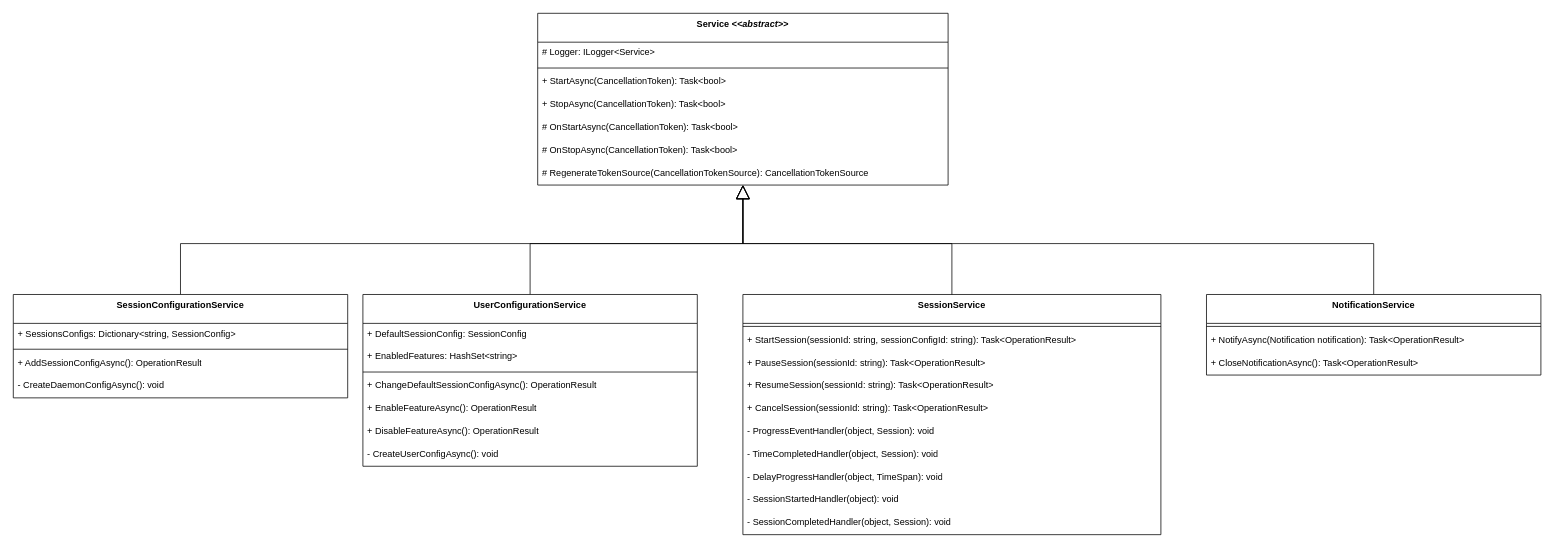
This is page "Services" (1 of 2) of docs/uml/UML.drawio from PabloStarOk/tiempito, a draw.io file, before an edit. Source tidied: cells renumbered, new cells numbered last; positions are measured from the earlier drawing's top-left corner, leaving out a move shared by most shapes. Both pictures are drawn from the tidied source at 76%, with x=0, y=0 at pixel (13, 13).
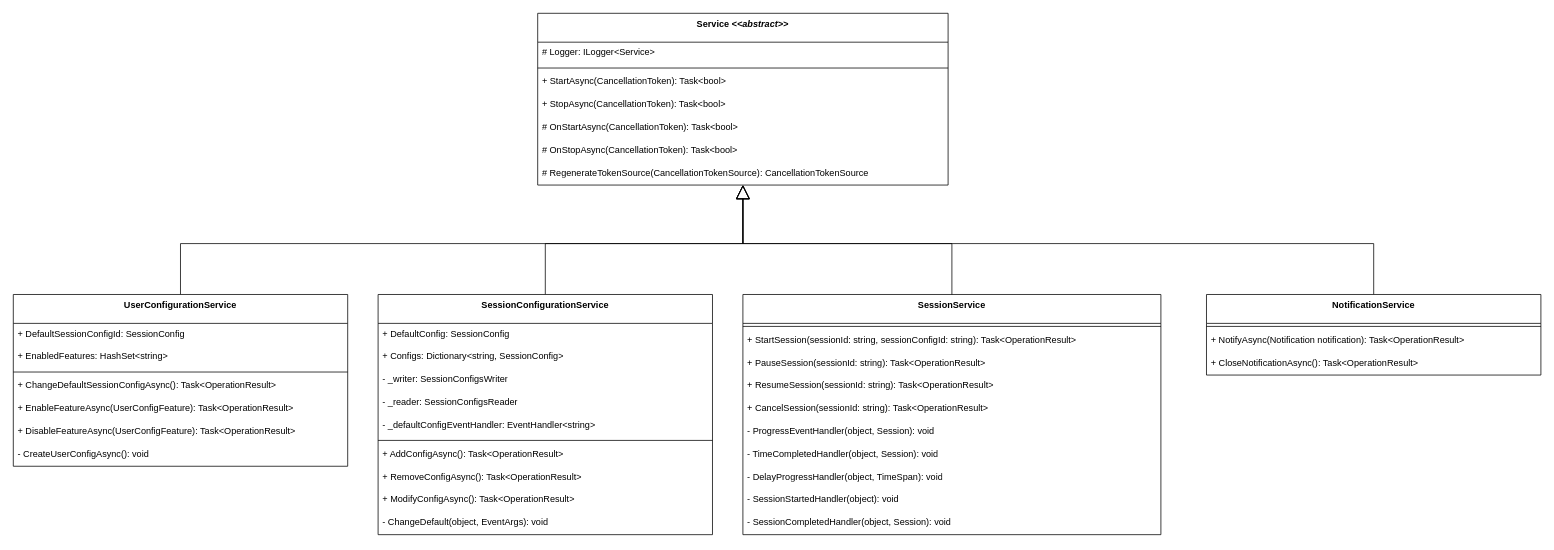
The same page after the edit.

The edit, as a diff of the source:
```diff
@@
     <mxCell id="28" value="UserConfigurationService" style="swimlane;fontStyle=1;align=center;verticalAlign=top;horizontal=1;startSize=38;whiteSpace=wrap;html=1;" parent="1" vertex="1">
-      <mxGeometry x="460" y="370" width="440" height="226" as="geometry" />
+      <mxGeometry y="370" width="440" height="226" as="geometry" />
     </mxCell>
-    <mxCell id="29" value="+ DefaultSessionConfig: SessionConfig" style="text;strokeColor=none;fillColor=none;align=left;verticalAlign=top;spacingLeft=4;spacingRight=4;overflow=hidden;whiteSpace=wrap;html=1;" parent="28" vertex="1">
+    <mxCell id="29" value="+ DefaultSessionConfigId: SessionConfig" style="text;strokeColor=none;fillColor=none;align=left;verticalAlign=top;spacingLeft=4;spacingRight=4;overflow=hidden;whiteSpace=wrap;html=1;" parent="28" vertex="1">
       <mxGeometry y="38" width="440" height="30" as="geometry" />
     </mxCell>
@@
-    <mxCell id="32" value="+ ChangeDefaultSessionConfigAsync(): OperationResult" style="text;strokeColor=none;fillColor=none;align=left;verticalAlign=top;spacingLeft=4;spacingRight=4;overflow=hidden;whiteSpace=wrap;html=1;" parent="28" vertex="1">
+    <mxCell id="32" value="+ ChangeDefaultSessionConfigAsync(): Task&amp;lt;OperationResult&amp;gt;" style="text;strokeColor=none;fillColor=none;align=left;verticalAlign=top;spacingLeft=4;spacingRight=4;overflow=hidden;whiteSpace=wrap;html=1;" parent="28" vertex="1">
       <mxGeometry y="106" width="440" height="30" as="geometry" />
     </mxCell>
-    <mxCell id="33" value="+ EnableFeatureAsync(): OperationResult" style="text;strokeColor=none;fillColor=none;align=left;verticalAlign=top;spacingLeft=4;spacingRight=4;overflow=hidden;whiteSpace=wrap;html=1;" parent="28" vertex="1">
+    <mxCell id="33" value="+ EnableFeatureAsync(UserConfigFeature): Task&amp;lt;OperationResult&amp;gt;" style="text;strokeColor=none;fillColor=none;align=left;verticalAlign=top;spacingLeft=4;spacingRight=4;overflow=hidden;whiteSpace=wrap;html=1;" parent="28" vertex="1">
       <mxGeometry y="136" width="440" height="30" as="geometry" />
     </mxCell>
-    <mxCell id="34" value="+ DisableFeatureAsync(): OperationResult" style="text;strokeColor=none;fillColor=none;align=left;verticalAlign=top;spacingLeft=4;spacingRight=4;overflow=hidden;whiteSpace=wrap;html=1;" parent="28" vertex="1">
+    <mxCell id="34" value="+ DisableFeatureAsync(UserConfigFeature): Task&amp;lt;OperationResult&amp;gt;" style="text;strokeColor=none;fillColor=none;align=left;verticalAlign=top;spacingLeft=4;spacingRight=4;overflow=hidden;whiteSpace=wrap;html=1;" parent="28" vertex="1">
       <mxGeometry y="166" width="440" height="30" as="geometry" />
     </mxCell>
@@
     <mxCell id="37" value="SessionConfigurationService" style="swimlane;fontStyle=1;align=center;verticalAlign=top;horizontal=1;startSize=38;whiteSpace=wrap;html=1;" parent="1" vertex="1">
-      <mxGeometry y="370" width="440" height="136" as="geometry" />
+      <mxGeometry x="480" y="370" width="440" height="316" as="geometry" />
     </mxCell>
+    <mxCell id="42" value="+ DefaultConfig: SessionConfig" style="text;strokeColor=none;fillColor=none;align=left;verticalAlign=top;spacingLeft=4;spacingRight=4;overflow=hidden;whiteSpace=wrap;html=1;" parent="37" vertex="1">
+      <mxGeometry y="38" width="440" height="30" as="geometry" />
+    </mxCell>
-    <mxCell id="38" value="+ SessionsConfigs: Dictionary&amp;lt;string, SessionConfig&amp;gt;" style="text;strokeColor=none;fillColor=none;align=left;verticalAlign=top;spacingLeft=4;spacingRight=4;overflow=hidden;whiteSpace=wrap;html=1;" parent="37" vertex="1">
-      <mxGeometry y="38" width="440" height="30" as="geometry" />
+    <mxCell id="38" value="+ Configs: Dictionary&amp;lt;string, SessionConfig&amp;gt;" style="text;strokeColor=none;fillColor=none;align=left;verticalAlign=top;spacingLeft=4;spacingRight=4;overflow=hidden;whiteSpace=wrap;html=1;" parent="37" vertex="1">
+      <mxGeometry y="68" width="440" height="30" as="geometry" />
     </mxCell>
+    <mxCell id="43" value="- _writer: SessionConfigsWriter" style="text;strokeColor=none;fillColor=none;align=left;verticalAlign=top;spacingLeft=4;spacingRight=4;overflow=hidden;whiteSpace=wrap;html=1;" parent="37" vertex="1">
+      <mxGeometry y="98" width="440" height="30" as="geometry" />
+    </mxCell>
+    <mxCell id="44" value="- _reader: SessionConfigsReader" style="text;strokeColor=none;fillColor=none;align=left;verticalAlign=top;spacingLeft=4;spacingRight=4;overflow=hidden;whiteSpace=wrap;html=1;" parent="37" vertex="1">
+      <mxGeometry y="128" width="440" height="30" as="geometry" />
+    </mxCell>
+    <mxCell id="45" value="- _defaultConfigEventHandler: EventHandler&amp;lt;string&amp;gt;" style="text;strokeColor=none;fillColor=none;align=left;verticalAlign=top;spacingLeft=4;spacingRight=4;overflow=hidden;whiteSpace=wrap;html=1;" parent="37" vertex="1">
+      <mxGeometry y="158" width="440" height="30" as="geometry" />
+    </mxCell>
     <mxCell id="39" style="line;strokeWidth=1;fillColor=none;align=left;verticalAlign=middle;spacingTop=-1;spacingLeft=3;spacingRight=3;labelPosition=right;strokeColor=inherit;" parent="37" vertex="1">
-      <mxGeometry y="68" width="440" height="8" as="geometry" />
+      <mxGeometry y="188" width="440" height="8" as="geometry" />
     </mxCell>
-    <mxCell id="40" value="+ AddSessionConfigAsync(): OperationResult" style="text;strokeColor=none;fillColor=none;align=left;verticalAlign=top;spacingLeft=4;spacingRight=4;overflow=hidden;whiteSpace=wrap;html=1;" parent="37" vertex="1">
-      <mxGeometry y="76" width="440" height="30" as="geometry" />
+    <mxCell id="40" value="+ AddConfigAsync(): Task&amp;lt;OperationResult&amp;gt;" style="text;strokeColor=none;fillColor=none;align=left;verticalAlign=top;spacingLeft=4;spacingRight=4;overflow=hidden;whiteSpace=wrap;html=1;" parent="37" vertex="1">
+      <mxGeometry y="196" width="440" height="30" as="geometry" />
     </mxCell>
-    <mxCell id="41" value="- CreateDaemonConfigAsync(): void" style="text;strokeColor=none;fillColor=none;align=left;verticalAlign=top;spacingLeft=4;spacingRight=4;overflow=hidden;whiteSpace=wrap;html=1;" parent="37" vertex="1">
-      <mxGeometry y="106" width="440" height="30" as="geometry" />
-    </mxCell>
+    <mxCell id="46" value="+ RemoveConfigAsync(): Task&amp;lt;OperationResult&amp;gt;" style="text;strokeColor=none;fillColor=none;align=left;verticalAlign=top;spacingLeft=4;spacingRight=4;overflow=hidden;whiteSpace=wrap;html=1;" parent="37" vertex="1">
+      <mxGeometry y="226" width="440" height="30" as="geometry" />
+    </mxCell>
+    <mxCell id="47" value="+ ModifyConfigAsync(): Task&amp;lt;OperationResult&amp;gt;" style="text;strokeColor=none;fillColor=none;align=left;verticalAlign=top;spacingLeft=4;spacingRight=4;overflow=hidden;whiteSpace=wrap;html=1;" parent="37" vertex="1">
+      <mxGeometry y="256" width="440" height="30" as="geometry" />
+    </mxCell>
+    <mxCell id="48" value="- ChangeDefault(object, EventArgs): void" style="text;strokeColor=none;fillColor=none;align=left;verticalAlign=top;spacingLeft=4;spacingRight=4;overflow=hidden;whiteSpace=wrap;html=1;" parent="37" vertex="1">
+      <mxGeometry y="286" width="440" height="30" as="geometry" />
+    </mxCell>
```
